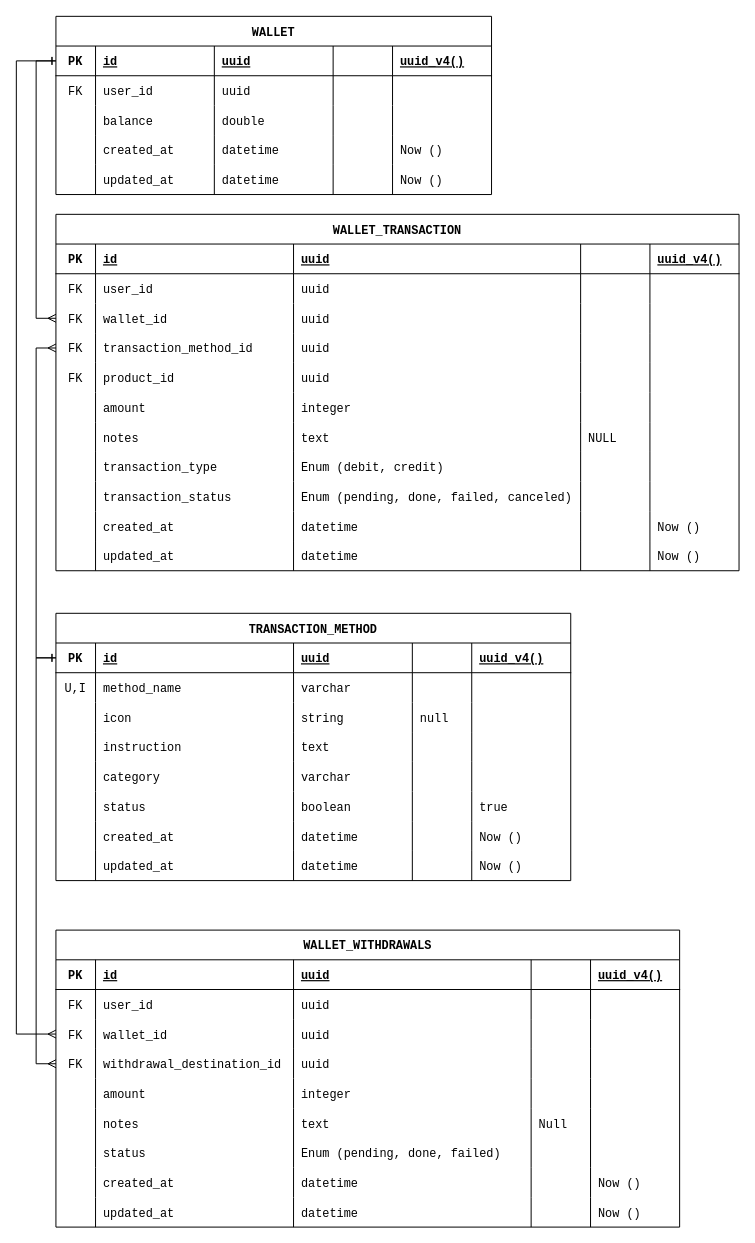
Before: page "Transaction" (3 of 4) of requirements/Database ERD.drawio in foxxxesky/Final-Projects-Backend-OVO, a draw.io diagram. Source tidied: cells renumbered, new cells numbered last; positions are measured from the earlier drawing's top-left corner, leaving out a move shared by most shapes. Both pictures are drawn from the tidied source at 99%, with x=0, y=0 at pixel (16, 16).
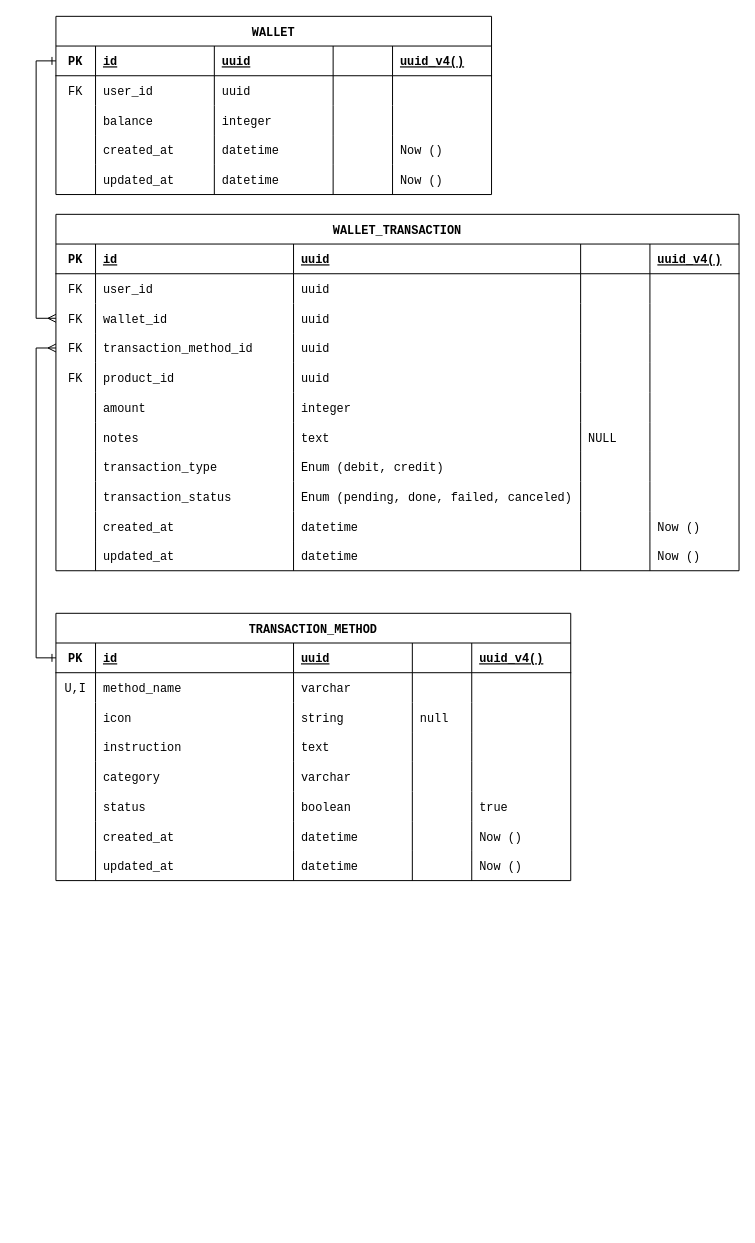
The same page after the edit.

The change refers to these unchanged cells:
```xml
<mxCell id="3" style="shape=tableRow;horizontal=0;startSize=0;swimlaneHead=0;swimlaneBody=0;fillColor=none;points=[[0,0.5],[1,0.5]];portConstraint=eastwest;top=0;left=0;right=0;bottom=1;fontFamily=Courier New;" parent="2" vertex="1">
  <mxGeometry y="30" width="440" height="30" as="geometry" />
</mxCell>
<mxCell id="15" style="shape=tableRow;horizontal=0;startSize=0;swimlaneHead=0;swimlaneBody=0;fillColor=none;top=0;left=0;right=0;bottom=0;fontFamily=Courier New;" parent="2" vertex="1">
  <mxGeometry y="90" width="440" height="30" as="geometry" />
</mxCell>
<mxCell id="101" style="shape=tableRow;horizontal=0;startSize=0;swimlaneHead=0;swimlaneBody=0;fillColor=none;points=[[0,0.5],[1,0.5]];portConstraint=eastwest;top=0;left=0;right=0;bottom=1;fontFamily=Courier New;" parent="100" vertex="1">
  <mxGeometry y="30" width="520" height="30" as="geometry" />
</mxCell>
```

What changed in the source:
```diff
@@
-    <mxCell id="18" value="double" style="shape=partialRectangle;fillColor=none;top=0;left=0;bottom=0;right=0;align=left;spacingLeft=6;overflow=hidden;fontFamily=Courier New;" parent="15" vertex="1">
+    <mxCell id="18" value="integer" style="shape=partialRectangle;fillColor=none;top=0;left=0;bottom=0;right=0;align=left;spacingLeft=6;overflow=hidden;fontFamily=Courier New;" parent="15" vertex="1">
       <mxGeometry x="160" width="120" height="30" as="geometry" />
     </mxCell>
@@
-    <mxCell id="151" value="WALLET_WITHDRAWALS" style="shape=table;startSize=30;childLayout=tableLayout;rowLines=0;fontStyle=1;align=center;fontFamily=Courier New;" parent="1" vertex="1">
-      <mxGeometry x="40" y="923" width="630" height="300" as="geometry" />
-    </mxCell>
-    <mxCell id="152" style="shape=tableRow;horizontal=0;startSize=0;swimlaneHead=0;swimlaneBody=0;fillColor=none;top=0;left=0;right=0;bottom=1;fontFamily=Courier New;" parent="151" vertex="1">
-      <mxGeometry y="30" width="630" height="30" as="geometry" />
-    </mxCell>
-    <mxCell id="153" value="PK" style="shape=partialRectangle;fillColor=none;top=0;left=0;bottom=0;right=0;fontStyle=1;overflow=hidden;fontFamily=Courier New;" parent="152" vertex="1">
-      <mxGeometry width="40" height="30" as="geometry" />
-    </mxCell>
-    <mxCell id="154" value="id" style="shape=partialRectangle;fillColor=none;top=0;left=0;bottom=0;right=0;align=left;spacingLeft=6;fontStyle=5;overflow=hidden;fontFamily=Courier New;" parent="152" vertex="1">
-      <mxGeometry x="40" width="200" height="30" as="geometry" />
-    </mxCell>
-    <mxCell id="155" value="uuid" style="shape=partialRectangle;fillColor=none;top=0;left=0;bottom=0;right=0;align=left;spacingLeft=6;fontStyle=5;overflow=hidden;fontFamily=Courier New;" parent="152" vertex="1">
-      <mxGeometry x="240" width="240" height="30" as="geometry" />
-    </mxCell>
-    <mxCell id="156" style="shape=partialRectangle;fillColor=none;top=0;left=0;bottom=0;right=0;align=left;spacingLeft=6;fontStyle=5;overflow=hidden;fontFamily=Courier New;" parent="152" vertex="1">
-      <mxGeometry x="480" width="60" height="30" as="geometry" />
-    </mxCell>
-    <mxCell id="157" value="uuid_v4()" style="shape=partialRectangle;fillColor=none;top=0;left=0;bottom=0;right=0;align=left;spacingLeft=6;fontStyle=5;overflow=hidden;fontFamily=Courier New;" parent="152" vertex="1">
-      <mxGeometry x="540" width="90" height="30" as="geometry" />
-    </mxCell>
-    <mxCell id="158" style="shape=tableRow;horizontal=0;startSize=0;swimlaneHead=0;swimlaneBody=0;fillColor=none;top=0;left=0;right=0;bottom=0;fontFamily=Courier New;" parent="151" vertex="1">
-      <mxGeometry y="60" width="630" height="30" as="geometry" />
-    </mxCell>
-    <mxCell id="159" value="FK" style="shape=partialRectangle;fillColor=none;top=0;left=0;bottom=0;right=0;overflow=hidden;fontFamily=Courier New;" parent="158" vertex="1">
-      <mxGeometry width="40" height="30" as="geometry" />
-    </mxCell>
-    <mxCell id="160" value="user_id" style="shape=partialRectangle;fillColor=none;top=0;left=0;bottom=0;right=0;align=left;spacingLeft=6;overflow=hidden;fontFamily=Courier New;" parent="158" vertex="1">
-      <mxGeometry x="40" width="200" height="30" as="geometry" />
-    </mxCell>
-    <mxCell id="161" value="uuid" style="shape=partialRectangle;fillColor=none;top=0;left=0;bottom=0;right=0;align=left;spacingLeft=6;overflow=hidden;fontFamily=Courier New;" parent="158" vertex="1">
-      <mxGeometry x="240" width="240" height="30" as="geometry" />
-    </mxCell>
-    <mxCell id="162" style="shape=partialRectangle;fillColor=none;top=0;left=0;bottom=0;right=0;align=left;spacingLeft=6;overflow=hidden;fontFamily=Courier New;" parent="158" vertex="1">
-      <mxGeometry x="480" width="60" height="30" as="geometry" />
-    </mxCell>
-    <mxCell id="163" style="shape=partialRectangle;fillColor=none;top=0;left=0;bottom=0;right=0;align=left;spacingLeft=6;overflow=hidden;fontFamily=Courier New;" parent="158" vertex="1">
-      <mxGeometry x="540" width="90" height="30" as="geometry" />
-    </mxCell>
-    <mxCell id="164" style="shape=tableRow;horizontal=0;startSize=0;swimlaneHead=0;swimlaneBody=0;fillColor=none;points=[[0,0.5],[1,0.5]];portConstraint=eastwest;top=0;left=0;right=0;bottom=0;fontFamily=Courier New;" parent="151" vertex="1">
-      <mxGeometry y="90" width="630" height="30" as="geometry" />
-    </mxCell>
-    <mxCell id="165" value="FK" style="shape=partialRectangle;fillColor=none;top=0;left=0;bottom=0;right=0;overflow=hidden;fontFamily=Courier New;" parent="164" vertex="1">
-      <mxGeometry width="40" height="30" as="geometry" />
-    </mxCell>
-    <mxCell id="166" value="wallet_id" style="shape=partialRectangle;fillColor=none;top=0;left=0;bottom=0;right=0;align=left;spacingLeft=6;overflow=hidden;fontFamily=Courier New;" parent="164" vertex="1">
-      <mxGeometry x="40" width="200" height="30" as="geometry" />
-    </mxCell>
-    <mxCell id="167" value="uuid" style="shape=partialRectangle;fillColor=none;top=0;left=0;bottom=0;right=0;align=left;spacingLeft=6;overflow=hidden;fontFamily=Courier New;" parent="164" vertex="1">
-      <mxGeometry x="240" width="240" height="30" as="geometry" />
-    </mxCell>
-    <mxCell id="168" style="shape=partialRectangle;fillColor=none;top=0;left=0;bottom=0;right=0;align=left;spacingLeft=6;overflow=hidden;fontFamily=Courier New;" parent="164" vertex="1">
-      <mxGeometry x="480" width="60" height="30" as="geometry" />
-    </mxCell>
-    <mxCell id="169" style="shape=partialRectangle;fillColor=none;top=0;left=0;bottom=0;right=0;align=left;spacingLeft=6;overflow=hidden;fontFamily=Courier New;" parent="164" vertex="1">
-      <mxGeometry x="540" width="90" height="30" as="geometry" />
-    </mxCell>
-    <mxCell id="170" style="shape=tableRow;horizontal=0;startSize=0;swimlaneHead=0;swimlaneBody=0;fillColor=none;points=[[0,0.5],[1,0.5]];portConstraint=eastwest;top=0;left=0;right=0;bottom=0;fontFamily=Courier New;" parent="151" vertex="1">
-      <mxGeometry y="120" width="630" height="30" as="geometry" />
-    </mxCell>
-    <mxCell id="171" value="FK" style="shape=partialRectangle;fillColor=none;top=0;left=0;bottom=0;right=0;overflow=hidden;fontFamily=Courier New;" parent="170" vertex="1">
-      <mxGeometry width="40" height="30" as="geometry" />
-    </mxCell>
-    <mxCell id="172" value="withdrawal_destination_id" style="shape=partialRectangle;fillColor=none;top=0;left=0;bottom=0;right=0;align=left;spacingLeft=6;overflow=hidden;fontFamily=Courier New;" parent="170" vertex="1">
-      <mxGeometry x="40" width="200" height="30" as="geometry" />
-    </mxCell>
-    <mxCell id="173" value="uuid" style="shape=partialRectangle;fillColor=none;top=0;left=0;bottom=0;right=0;align=left;spacingLeft=6;overflow=hidden;fontFamily=Courier New;" parent="170" vertex="1">
-      <mxGeometry x="240" width="240" height="30" as="geometry" />
-    </mxCell>
-    <mxCell id="174" style="shape=partialRectangle;fillColor=none;top=0;left=0;bottom=0;right=0;align=left;spacingLeft=6;overflow=hidden;fontFamily=Courier New;" parent="170" vertex="1">
-      <mxGeometry x="480" width="60" height="30" as="geometry" />
-    </mxCell>
-    <mxCell id="175" style="shape=partialRectangle;fillColor=none;top=0;left=0;bottom=0;right=0;align=left;spacingLeft=6;overflow=hidden;fontFamily=Courier New;" parent="170" vertex="1">
-      <mxGeometry x="540" width="90" height="30" as="geometry" />
-    </mxCell>
-    <mxCell id="176" style="shape=tableRow;horizontal=0;startSize=0;swimlaneHead=0;swimlaneBody=0;fillColor=none;top=0;left=0;right=0;bottom=0;fontFamily=Courier New;" parent="151" vertex="1">
-      <mxGeometry y="150" width="630" height="30" as="geometry" />
-    </mxCell>
-    <mxCell id="177" style="shape=partialRectangle;fillColor=none;top=0;left=0;bottom=0;right=0;overflow=hidden;fontFamily=Courier New;" parent="176" vertex="1">
-      <mxGeometry width="40" height="30" as="geometry" />
-    </mxCell>
-    <mxCell id="178" value="amount" style="shape=partialRectangle;fillColor=none;top=0;left=0;bottom=0;right=0;align=left;spacingLeft=6;overflow=hidden;fontFamily=Courier New;" parent="176" vertex="1">
-      <mxGeometry x="40" width="200" height="30" as="geometry" />
-    </mxCell>
-    <mxCell id="179" value="integer" style="shape=partialRectangle;fillColor=none;top=0;left=0;bottom=0;right=0;align=left;spacingLeft=6;overflow=hidden;fontFamily=Courier New;" parent="176" vertex="1">
-      <mxGeometry x="240" width="240" height="30" as="geometry" />
-    </mxCell>
-    <mxCell id="180" style="shape=partialRectangle;fillColor=none;top=0;left=0;bottom=0;right=0;align=left;spacingLeft=6;overflow=hidden;fontFamily=Courier New;" parent="176" vertex="1">
-      <mxGeometry x="480" width="60" height="30" as="geometry" />
-    </mxCell>
-    <mxCell id="181" style="shape=partialRectangle;fillColor=none;top=0;left=0;bottom=0;right=0;align=left;spacingLeft=6;overflow=hidden;fontFamily=Courier New;" parent="176" vertex="1">
-      <mxGeometry x="540" width="90" height="30" as="geometry" />
-    </mxCell>
-    <mxCell id="182" style="shape=tableRow;horizontal=0;startSize=0;swimlaneHead=0;swimlaneBody=0;fillColor=none;top=0;left=0;right=0;bottom=0;fontFamily=Courier New;" parent="151" vertex="1">
-      <mxGeometry y="180" width="630" height="30" as="geometry" />
-    </mxCell>
-    <mxCell id="183" style="shape=partialRectangle;fillColor=none;top=0;left=0;bottom=0;right=0;overflow=hidden;fontFamily=Courier New;" parent="182" vertex="1">
-      <mxGeometry width="40" height="30" as="geometry" />
-    </mxCell>
-    <mxCell id="184" value="notes" style="shape=partialRectangle;fillColor=none;top=0;left=0;bottom=0;right=0;align=left;spacingLeft=6;overflow=hidden;fontFamily=Courier New;" parent="182" vertex="1">
-      <mxGeometry x="40" width="200" height="30" as="geometry" />
-    </mxCell>
-    <mxCell id="185" value="text" style="shape=partialRectangle;fillColor=none;top=0;left=0;bottom=0;right=0;align=left;spacingLeft=6;overflow=hidden;fontFamily=Courier New;" parent="182" vertex="1">
-      <mxGeometry x="240" width="240" height="30" as="geometry" />
-    </mxCell>
-    <mxCell id="186" value="Null" style="shape=partialRectangle;fillColor=none;top=0;left=0;bottom=0;right=0;align=left;spacingLeft=6;overflow=hidden;fontFamily=Courier New;" parent="182" vertex="1">
-      <mxGeometry x="480" width="60" height="30" as="geometry" />
-    </mxCell>
-    <mxCell id="187" style="shape=partialRectangle;fillColor=none;top=0;left=0;bottom=0;right=0;align=left;spacingLeft=6;overflow=hidden;fontFamily=Courier New;" parent="182" vertex="1">
-      <mxGeometry x="540" width="90" height="30" as="geometry" />
-    </mxCell>
-    <mxCell id="188" style="shape=tableRow;horizontal=0;startSize=0;swimlaneHead=0;swimlaneBody=0;fillColor=none;top=0;left=0;right=0;bottom=0;fontFamily=Courier New;" parent="151" vertex="1">
-      <mxGeometry y="210" width="630" height="30" as="geometry" />
-    </mxCell>
-    <mxCell id="189" style="shape=partialRectangle;fillColor=none;top=0;left=0;bottom=0;right=0;overflow=hidden;fontFamily=Courier New;" parent="188" vertex="1">
-      <mxGeometry width="40" height="30" as="geometry" />
-    </mxCell>
-    <mxCell id="190" value="status" style="shape=partialRectangle;fillColor=none;top=0;left=0;bottom=0;right=0;align=left;spacingLeft=6;overflow=hidden;fontFamily=Courier New;" parent="188" vertex="1">
-      <mxGeometry x="40" width="200" height="30" as="geometry" />
-    </mxCell>
-    <mxCell id="191" value="Enum (pending, done, failed)" style="shape=partialRectangle;fillColor=none;top=0;left=0;bottom=0;right=0;align=left;spacingLeft=6;overflow=hidden;fontFamily=Courier New;" parent="188" vertex="1">
-      <mxGeometry x="240" width="240" height="30" as="geometry" />
-    </mxCell>
-    <mxCell id="192" style="shape=partialRectangle;fillColor=none;top=0;left=0;bottom=0;right=0;align=left;spacingLeft=6;overflow=hidden;fontFamily=Courier New;" parent="188" vertex="1">
-      <mxGeometry x="480" width="60" height="30" as="geometry" />
-    </mxCell>
-    <mxCell id="193" style="shape=partialRectangle;fillColor=none;top=0;left=0;bottom=0;right=0;align=left;spacingLeft=6;overflow=hidden;fontFamily=Courier New;" parent="188" vertex="1">
-      <mxGeometry x="540" width="90" height="30" as="geometry" />
-    </mxCell>
-    <mxCell id="194" style="shape=tableRow;horizontal=0;startSize=0;swimlaneHead=0;swimlaneBody=0;fillColor=none;top=0;left=0;right=0;bottom=0;fontFamily=Courier New;" parent="151" vertex="1">
-      <mxGeometry y="240" width="630" height="30" as="geometry" />
-    </mxCell>
-    <mxCell id="195" style="shape=partialRectangle;fillColor=none;top=0;left=0;bottom=0;right=0;overflow=hidden;fontFamily=Courier New;" parent="194" vertex="1">
-      <mxGeometry width="40" height="30" as="geometry" />
-    </mxCell>
-    <mxCell id="196" value="created_at" style="shape=partialRectangle;fillColor=none;top=0;left=0;bottom=0;right=0;align=left;spacingLeft=6;overflow=hidden;fontFamily=Courier New;" parent="194" vertex="1">
-      <mxGeometry x="40" width="200" height="30" as="geometry" />
-    </mxCell>
-    <mxCell id="197" value="datetime" style="shape=partialRectangle;fillColor=none;top=0;left=0;bottom=0;right=0;align=left;spacingLeft=6;overflow=hidden;fontFamily=Courier New;" parent="194" vertex="1">
-      <mxGeometry x="240" width="240" height="30" as="geometry" />
-    </mxCell>
-    <mxCell id="198" style="shape=partialRectangle;fillColor=none;top=0;left=0;bottom=0;right=0;align=left;spacingLeft=6;overflow=hidden;fontFamily=Courier New;" parent="194" vertex="1">
-      <mxGeometry x="480" width="60" height="30" as="geometry" />
-    </mxCell>
-    <mxCell id="199" value="Now ()" style="shape=partialRectangle;fillColor=none;top=0;left=0;bottom=0;right=0;align=left;spacingLeft=6;overflow=hidden;fontFamily=Courier New;" parent="194" vertex="1">
-      <mxGeometry x="540" width="90" height="30" as="geometry" />
-    </mxCell>
-    <mxCell id="200" style="shape=tableRow;horizontal=0;startSize=0;swimlaneHead=0;swimlaneBody=0;fillColor=none;top=0;left=0;right=0;bottom=0;fontFamily=Courier New;" parent="151" vertex="1">
-      <mxGeometry y="270" width="630" height="30" as="geometry" />
-    </mxCell>
-    <mxCell id="201" style="shape=partialRectangle;fillColor=none;top=0;left=0;bottom=0;right=0;overflow=hidden;fontFamily=Courier New;" parent="200" vertex="1">
-      <mxGeometry width="40" height="30" as="geometry" />
-    </mxCell>
-    <mxCell id="202" value="updated_at" style="shape=partialRectangle;fillColor=none;top=0;left=0;bottom=0;right=0;align=left;spacingLeft=6;overflow=hidden;fontFamily=Courier New;" parent="200" vertex="1">
-      <mxGeometry x="40" width="200" height="30" as="geometry" />
-    </mxCell>
-    <mxCell id="203" value="datetime" style="shape=partialRectangle;fillColor=none;top=0;left=0;bottom=0;right=0;align=left;spacingLeft=6;overflow=hidden;fontFamily=Courier New;" parent="200" vertex="1">
-      <mxGeometry x="240" width="240" height="30" as="geometry" />
-    </mxCell>
-    <mxCell id="204" style="shape=partialRectangle;fillColor=none;top=0;left=0;bottom=0;right=0;align=left;spacingLeft=6;overflow=hidden;fontFamily=Courier New;" parent="200" vertex="1">
-      <mxGeometry x="480" width="60" height="30" as="geometry" />
-    </mxCell>
-    <mxCell id="205" value="Now ()" style="shape=partialRectangle;fillColor=none;top=0;left=0;bottom=0;right=0;align=left;spacingLeft=6;overflow=hidden;fontFamily=Courier New;" parent="200" vertex="1">
-      <mxGeometry x="540" width="90" height="30" as="geometry" />
-    </mxCell>
-    <mxCell id="206" style="edgeStyle=orthogonalEdgeStyle;rounded=0;html=1;entryX=0;entryY=0.5;entryDx=0;entryDy=0;startArrow=ERone;startFill=0;endArrow=ERmany;endFill=0;" parent="1" edge="1" source="3" target="164">
-      <mxGeometry relative="1" as="geometry">
-        <Array as="points">
-          <mxPoint y="45" />
-          <mxPoint y="1028" />
-        </Array>
-      </mxGeometry>
-    </mxCell>
-    <mxCell id="207" style="edgeStyle=orthogonalEdgeStyle;rounded=0;html=1;entryX=0;entryY=0.5;entryDx=0;entryDy=0;startArrow=ERone;startFill=0;endArrow=ERmany;endFill=0;" parent="1" edge="1" source="101" target="170">
-      <mxGeometry relative="1" as="geometry">
-        <Array as="points">
-          <mxPoint x="20" y="648" />
-          <mxPoint x="20" y="1058" />
-        </Array>
-      </mxGeometry>
-    </mxCell>
```
